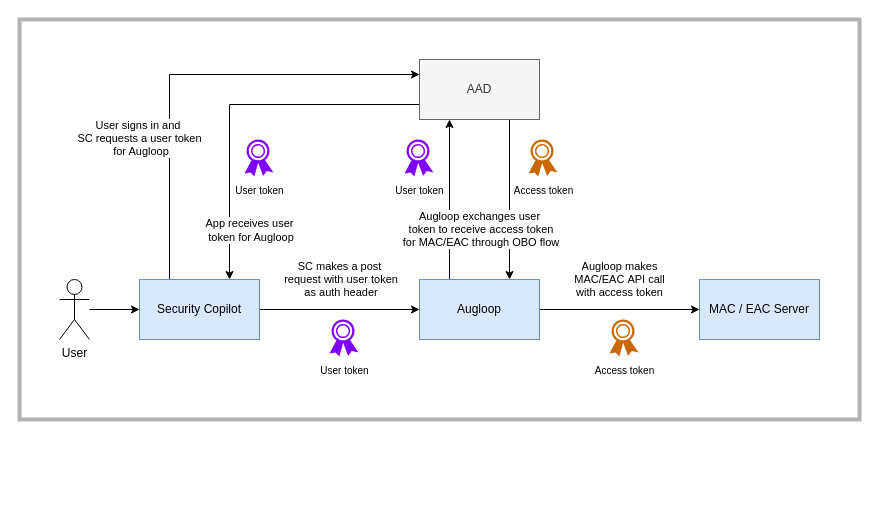
The draw.io diagram Auth in Medeina.drawio in prshelke/DrawIO, before the edit. Source tidied: cells renumbered, new cells numbered last; positions are measured from the earlier drawing's top-left corner, leaving out a move shared by most shapes. Both pictures are drawn from the tidied source at 100%, with x=0, y=0 at pixel (19, 19).
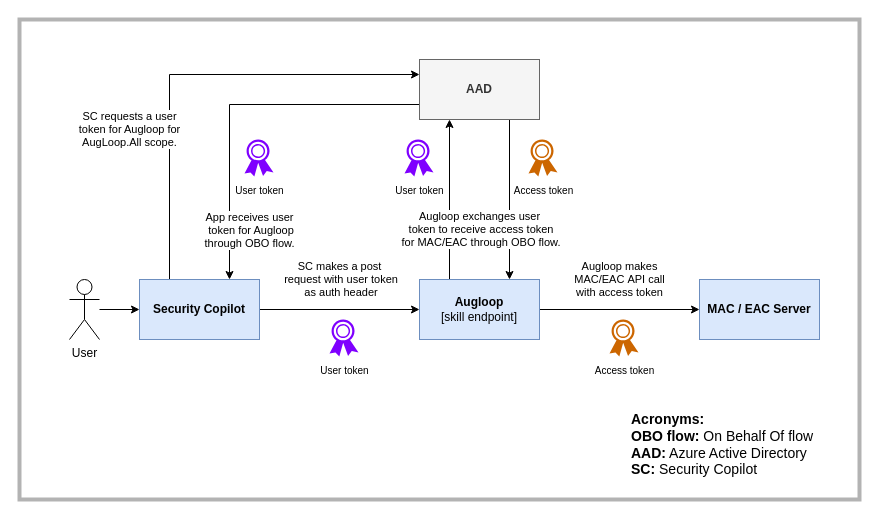
After the change.

Change to the diagram source:
```diff
@@
     <mxCell id="2" style="rounded=0;whiteSpace=wrap;html=1;strokeWidth=4;fillColor=none;strokeColor=#B3B3B3;" parent="1" vertex="1">
-      <mxGeometry width="840" height="400" as="geometry" />
+      <mxGeometry width="840" height="480" as="geometry" />
     </mxCell>
@@
     <mxCell id="4" value="User" style="shape=umlActor;verticalLabelPosition=bottom;verticalAlign=top;html=1;outlineConnect=0;" parent="1" vertex="1">
-      <mxGeometry x="40" y="260" width="30" height="60" as="geometry" />
+      <mxGeometry x="50" y="260" width="30" height="60" as="geometry" />
     </mxCell>
-    <mxCell id="5" value="User signs in and&amp;nbsp;&lt;br&gt;SC requests a user token&lt;br&gt;&amp;nbsp;for Augloop" style="edgeStyle=orthogonalEdgeStyle;rounded=0;jettySize=auto;html=1;exitX=0.25;exitY=0;exitDx=0;exitDy=0;entryX=0;entryY=0.25;entryDx=0;entryDy=0;" parent="1" edge="1" source="7" target="10">
-      <mxGeometry x="-0.38" y="30" relative="1" as="geometry" />
+    <mxCell id="5" value="SC requests a user&lt;div&gt;token for Augloop for&lt;/div&gt;&lt;div&gt;AugLoop.All scope.&lt;/div&gt;" style="edgeStyle=orthogonalEdgeStyle;rounded=0;jettySize=auto;html=1;exitX=0.25;exitY=0;exitDx=0;exitDy=0;entryX=0;entryY=0.25;entryDx=0;entryDy=0;" parent="1" edge="1" source="7" target="10">
+      <mxGeometry x="-0.34" y="40" relative="1" as="geometry" />
     </mxCell>
@@
-    <mxCell id="7" value="Security Copilot" style="rounded=0;whiteSpace=wrap;html=1;fillColor=#dae8fc;strokeColor=#6c8ebf;" parent="1" vertex="1">
+    <mxCell id="7" value="&lt;b&gt;Security Copilot&lt;/b&gt;" style="rounded=0;whiteSpace=wrap;html=1;fillColor=#dae8fc;strokeColor=#6c8ebf;" parent="1" vertex="1">
       <mxGeometry x="120" y="260" width="120" height="60" as="geometry" />
     </mxCell>
-    <mxCell id="8" value="App receives user&lt;br&gt;&amp;nbsp;token for Augloop" style="edgeStyle=orthogonalEdgeStyle;rounded=0;jettySize=auto;html=1;exitX=0;exitY=0.75;exitDx=0;exitDy=0;entryX=0.75;entryY=0;entryDx=0;entryDy=0;" parent="1" edge="1" source="10" target="7">
+    <mxCell id="8" value="App receives user&lt;br&gt;&amp;nbsp;token for Augloop&lt;div&gt;through OBO flow.&lt;/div&gt;" style="edgeStyle=orthogonalEdgeStyle;rounded=0;jettySize=auto;html=1;exitX=0;exitY=0.75;exitDx=0;exitDy=0;entryX=0.75;entryY=0;entryDx=0;entryDy=0;" parent="1" edge="1" source="10" target="7">
       <mxGeometry x="0.73" y="20" relative="1" as="geometry" />
     </mxCell>
@@
-    <mxCell id="10" value="AAD" style="rounded=0;whiteSpace=wrap;html=1;fillColor=#f5f5f5;strokeColor=#666666;fontColor=#333333;" parent="1" vertex="1">
+    <mxCell id="10" value="&lt;b&gt;AAD&lt;/b&gt;" style="rounded=0;whiteSpace=wrap;html=1;fillColor=#f5f5f5;strokeColor=#666666;fontColor=#333333;" parent="1" vertex="1">
       <mxGeometry x="400" y="40" width="120" height="60" as="geometry" />
     </mxCell>
-    <mxCell id="11" value="Augloop exchanges user&lt;br&gt;&amp;nbsp;token to receive access token&lt;br&gt;&amp;nbsp;for MAC/EAC through OBO flow" style="edgeStyle=orthogonalEdgeStyle;rounded=0;jettySize=auto;html=1;exitX=0.25;exitY=0;exitDx=0;exitDy=0;entryX=0.25;entryY=1;entryDx=0;entryDy=0;" parent="1" edge="1" source="13" target="10">
+    <mxCell id="11" value="Augloop exchanges user&lt;br&gt;&amp;nbsp;token to receive access token&lt;br&gt;&amp;nbsp;for MAC/EAC through OBO flow." style="edgeStyle=orthogonalEdgeStyle;rounded=0;jettySize=auto;html=1;exitX=0.25;exitY=0;exitDx=0;exitDy=0;entryX=0.25;entryY=1;entryDx=0;entryDy=0;" parent="1" edge="1" source="13" target="10">
       <mxGeometry x="-0.38" y="-30" relative="1" as="geometry" />
     </mxCell>
@@
-    <mxCell id="13" value="Augloop" style="rounded=0;whiteSpace=wrap;html=1;fillColor=#dae8fc;strokeColor=#6c8ebf;" parent="1" vertex="1">
+    <mxCell id="13" value="&lt;b&gt;Augloop&lt;/b&gt;&lt;div&gt;[skill endpoint]&lt;/div&gt;" style="rounded=0;whiteSpace=wrap;html=1;fillColor=#dae8fc;strokeColor=#6c8ebf;" parent="1" vertex="1">
       <mxGeometry x="400" y="260" width="120" height="60" as="geometry" />
     </mxCell>
-    <mxCell id="14" value="MAC / EAC Server" style="rounded=0;whiteSpace=wrap;html=1;fillColor=#dae8fc;strokeColor=#6c8ebf;" parent="1" vertex="1">
+    <mxCell id="14" value="&lt;b&gt;MAC / EAC Server&lt;/b&gt;" style="rounded=0;whiteSpace=wrap;html=1;fillColor=#dae8fc;strokeColor=#6c8ebf;" parent="1" vertex="1">
       <mxGeometry x="680" y="260" width="120" height="60" as="geometry" />
     </mxCell>
@@
+    <mxCell id="20" value="&lt;div style=&quot;font-size: 14px;&quot;&gt;&lt;b style=&quot;&quot;&gt;&lt;font style=&quot;font-size: 14px;&quot;&gt;Acronyms:&lt;/font&gt;&lt;/b&gt;&lt;/div&gt;&lt;font style=&quot;font-size: 14px;&quot;&gt;&lt;b&gt;OBO flow:&lt;/b&gt; On Behalf Of flow&lt;/font&gt;&lt;div style=&quot;font-size: 14px;&quot;&gt;&lt;font style=&quot;font-size: 14px;&quot;&gt;&lt;b&gt;AAD:&lt;/b&gt; Azure Active Directory&lt;/font&gt;&lt;/div&gt;&lt;div style=&quot;font-size: 14px;&quot;&gt;&lt;font style=&quot;font-size: 14px;&quot;&gt;&lt;b&gt;SC:&lt;/b&gt; Security Copilot&lt;/font&gt;&lt;/div&gt;" style="text;html=1;align=left;verticalAlign=middle;whiteSpace=wrap;rounded=0;" parent="1" vertex="1">
+      <mxGeometry x="610" y="380" width="220" height="90" as="geometry" />
+    </mxCell>
```
